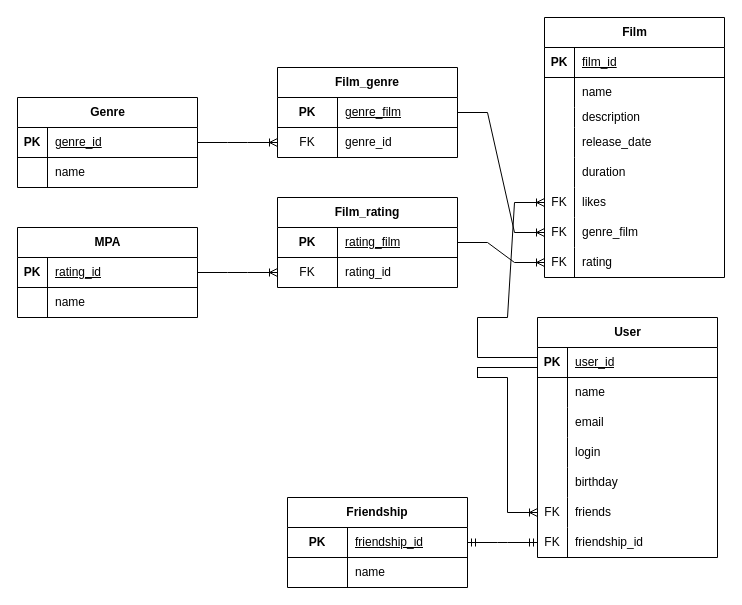
This is src/Диаграмма без названия.drawio from Valleycate/java-filmorate, a draw.io file, before an edit. Source tidied: cells renumbered, new cells numbered last; positions are measured from the earlier drawing's top-left corner, leaving out a move shared by most shapes. Both pictures are drawn from the tidied source at 100%, with x=0, y=0 at pixel (17, 17).
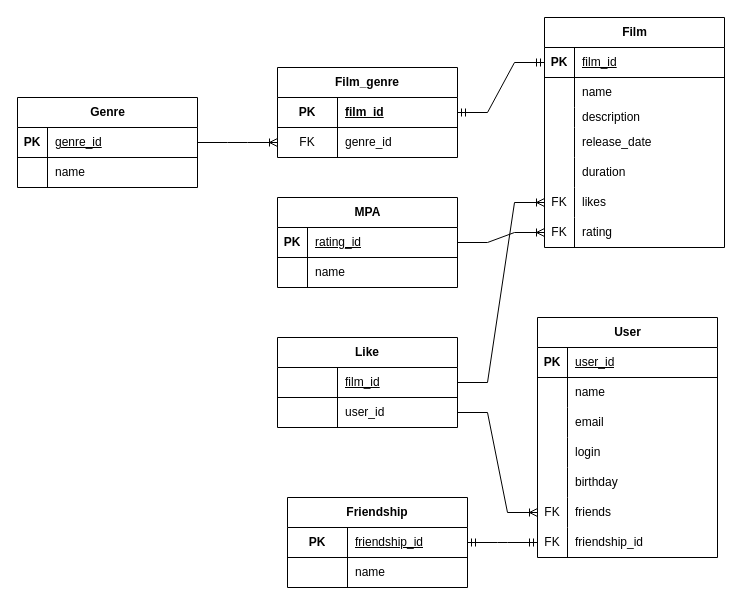
Above is the later version.

Unchanged cells that the change refers to:
```xml
<mxCell id="3" style="shape=tableRow;horizontal=0;startSize=0;swimlaneHead=0;swimlaneBody=0;fillColor=none;points=[[0,0.5],[1,0.5]];portConstraint=eastwest;top=0;left=0;right=0;bottom=1;" parent="2" vertex="1">
  <mxGeometry y="30" width="180" height="30" as="geometry" />
</mxCell>
<mxCell id="18" style="shape=tableRow;horizontal=0;startSize=0;swimlaneHead=0;swimlaneBody=0;fillColor=none;points=[[0,0.5],[1,0.5]];portConstraint=eastwest;top=0;left=0;right=0;bottom=0;" parent="2" vertex="1">
  <mxGeometry y="170" width="180" height="30" as="geometry" />
</mxCell>
<mxCell id="43" style="shape=tableRow;horizontal=0;startSize=0;swimlaneHead=0;swimlaneBody=0;fillColor=none;points=[[0,0.5],[1,0.5]];portConstraint=eastwest;top=0;left=0;right=0;bottom=0;" parent="27" vertex="1">
  <mxGeometry y="180" width="180" height="30" as="geometry" />
</mxCell>
<mxCell id="57" style="shape=tableRow;horizontal=0;startSize=0;swimlaneHead=0;swimlaneBody=0;fillColor=none;points=[[0,0.5],[1,0.5]];portConstraint=eastwest;top=0;left=0;right=0;bottom=1;html=1;" parent="56" vertex="1">
  <mxGeometry y="30" width="180" height="30" as="geometry" />
</mxCell>
<mxCell id="65" style="shape=tableRow;horizontal=0;startSize=0;swimlaneHead=0;swimlaneBody=0;fillColor=none;points=[[0,0.5],[1,0.5]];portConstraint=eastwest;top=0;left=0;right=0;bottom=1;" parent="64" vertex="1">
  <mxGeometry y="30" width="180" height="30" as="geometry" />
</mxCell>
```

The edit, as a diff of the source:
```diff
@@
     <mxCell id="2" value="Film" style="shape=table;startSize=30;childLayout=tableLayout;rowLines=0;fontStyle=1;align=center;html=1;" parent="1" vertex="1">
-      <mxGeometry x="527" width="180" height="260" as="geometry" />
+      <mxGeometry x="527" width="180" height="230" as="geometry" />
     </mxCell>
@@
-    <mxCell id="21" style="shape=tableRow;horizontal=0;startSize=0;swimlaneHead=0;swimlaneBody=0;fillColor=none;points=[[0,0.5],[1,0.5]];portConstraint=eastwest;top=0;left=0;right=0;bottom=0;" parent="2" vertex="1">
-      <mxGeometry y="200" width="180" height="30" as="geometry" />
-    </mxCell>
-    <mxCell id="22" value="FK" style="shape=partialRectangle;fillColor=none;top=0;left=0;bottom=0;right=0;overflow=hidden;whiteSpace=wrap;html=1;" parent="21" vertex="1">
-      <mxGeometry width="30" height="30" as="geometry" />
-    </mxCell>
-    <mxCell id="23" value="genre_film" style="shape=partialRectangle;fillColor=none;top=0;left=0;bottom=0;right=0;align=left;spacingLeft=6;overflow=hidden;whiteSpace=wrap;html=1;" parent="21" vertex="1">
-      <mxGeometry x="30" width="150" height="30" as="geometry" />
-    </mxCell>
     <mxCell id="24" style="shape=tableRow;horizontal=0;startSize=0;swimlaneHead=0;swimlaneBody=0;fillColor=none;points=[[0,0.5],[1,0.5]];portConstraint=eastwest;top=0;left=0;right=0;bottom=0;" parent="2" vertex="1">
-      <mxGeometry y="230" width="180" height="30" as="geometry" />
+      <mxGeometry y="200" width="180" height="30" as="geometry" />
     </mxCell>
@@
-    <mxCell id="59" value="&lt;span style=&quot;font-weight: normal;&quot;&gt;genre_film&lt;/span&gt;" style="shape=partialRectangle;fillColor=none;top=0;left=0;bottom=0;right=0;align=left;spacingLeft=6;fontStyle=5;overflow=hidden;html=1;whiteSpace=wrap;" parent="57" vertex="1">
+    <mxCell id="59" value="film_id" style="shape=partialRectangle;fillColor=none;top=0;left=0;bottom=0;right=0;align=left;spacingLeft=6;fontStyle=5;overflow=hidden;html=1;whiteSpace=wrap;" parent="57" vertex="1">
       <mxGeometry x="60" width="120" height="30" as="geometry" />
     </mxCell>
@@
     <mxCell id="64" value="MPA" style="shape=table;startSize=30;childLayout=tableLayout;rowLines=0;fontStyle=1;align=center;html=1;" parent="1" vertex="1">
-      <mxGeometry y="210" width="180" height="90" as="geometry" />
+      <mxGeometry x="260" y="180" width="180" height="90" as="geometry" />
     </mxCell>
@@
-    <mxCell id="71" style="edgeStyle=entityRelationEdgeStyle;fontSize=12;html=1;endArrow=ERoneToMany;rounded=0;exitX=1;exitY=0.5;exitDx=0;exitDy=0;entryX=0;entryY=0.5;entryDx=0;entryDy=0;" parent="1" edge="1" source="57" target="21">
-      <mxGeometry relative="1" as="geometry" />
-    </mxCell>
-    <mxCell id="72" value="Film_rating" style="shape=table;startSize=30;childLayout=tableLayout;rowLines=0;fontStyle=1;align=center;html=1;whiteSpace=wrap;" parent="1" vertex="1">
-      <mxGeometry x="260" y="180" width="180" height="90" as="geometry" />
-    </mxCell>
-    <mxCell id="73" style="shape=tableRow;horizontal=0;startSize=0;swimlaneHead=0;swimlaneBody=0;fillColor=none;points=[[0,0.5],[1,0.5]];portConstraint=eastwest;top=0;left=0;right=0;bottom=1;html=1;" parent="72" vertex="1">
-      <mxGeometry y="30" width="180" height="30" as="geometry" />
-    </mxCell>
-    <mxCell id="74" value="PK" style="shape=partialRectangle;fillColor=none;top=0;left=0;bottom=0;right=0;fontStyle=1;overflow=hidden;html=1;whiteSpace=wrap;" parent="73" vertex="1">
-      <mxGeometry width="60" height="30" as="geometry" />
-    </mxCell>
-    <mxCell id="75" value="&lt;span style=&quot;font-weight: normal;&quot;&gt;rating_film&lt;/span&gt;" style="shape=partialRectangle;fillColor=none;top=0;left=0;bottom=0;right=0;align=left;spacingLeft=6;fontStyle=5;overflow=hidden;html=1;whiteSpace=wrap;" parent="73" vertex="1">
-      <mxGeometry x="60" width="120" height="30" as="geometry" />
-    </mxCell>
-    <mxCell id="76" style="shape=tableRow;horizontal=0;startSize=0;swimlaneHead=0;swimlaneBody=0;fillColor=none;points=[[0,0.5],[1,0.5]];portConstraint=eastwest;top=0;left=0;right=0;bottom=0;html=1;" parent="72" vertex="1">
-      <mxGeometry y="60" width="180" height="30" as="geometry" />
-    </mxCell>
-    <mxCell id="77" value="FK" style="shape=partialRectangle;fillColor=none;top=0;left=0;bottom=0;right=0;overflow=hidden;html=1;whiteSpace=wrap;" parent="76" vertex="1">
-      <mxGeometry width="60" height="30" as="geometry" />
-    </mxCell>
-    <mxCell id="78" value="rating_id" style="shape=partialRectangle;fillColor=none;top=0;left=0;bottom=0;right=0;align=left;spacingLeft=6;overflow=hidden;html=1;whiteSpace=wrap;" parent="76" vertex="1">
-      <mxGeometry x="60" width="120" height="30" as="geometry" />
-    </mxCell>
-    <mxCell id="79" style="edgeStyle=entityRelationEdgeStyle;fontSize=12;html=1;endArrow=ERoneToMany;rounded=0;entryX=0;entryY=0.5;entryDx=0;entryDy=0;exitX=1;exitY=0.5;exitDx=0;exitDy=0;" parent="1" edge="1" source="73" target="24">
-      <mxGeometry relative="1" as="geometry" />
-    </mxCell>
-    <mxCell id="80" style="edgeStyle=entityRelationEdgeStyle;fontSize=12;html=1;endArrow=ERoneToMany;rounded=0;entryX=0;entryY=0.5;entryDx=0;entryDy=0;exitX=1;exitY=0.5;exitDx=0;exitDy=0;" parent="1" edge="1" source="65" target="76">
+    <mxCell id="80" style="edgeStyle=entityRelationEdgeStyle;fontSize=12;html=1;endArrow=ERoneToMany;rounded=0;entryX=0;entryY=0.5;entryDx=0;entryDy=0;exitX=1;exitY=0.5;exitDx=0;exitDy=0;" parent="1" edge="1" source="65" target="24">
       <mxGeometry relative="1" as="geometry" />
     </mxCell>
-    <mxCell id="81" style="edgeStyle=entityRelationEdgeStyle;fontSize=12;html=1;endArrow=ERoneToMany;rounded=0;entryX=0;entryY=0.5;entryDx=0;entryDy=0;" parent="1" edge="1" target="43">
-      <mxGeometry relative="1" as="geometry">
-        <mxPoint x="460" y="360" as="sourcePoint" />
-      </mxGeometry>
+    <mxCell id="81" style="edgeStyle=entityRelationEdgeStyle;fontSize=12;html=1;endArrow=ERoneToMany;rounded=0;entryX=0;entryY=0.5;entryDx=0;entryDy=0;exitX=1;exitY=0.5;exitDx=0;exitDy=0;" parent="1" edge="1" source="76" target="43">
+      <mxGeometry relative="1" as="geometry" />
     </mxCell>
-    <mxCell id="82" style="shape=partialRectangle;whiteSpace=wrap;html=1;bottom=0;right=0;fillColor=none;" parent="1" vertex="1">
-      <mxGeometry x="460" y="350" width="60" height="10" as="geometry" />
-    </mxCell>
@@
-    <mxCell id="91" style="edgeStyle=entityRelationEdgeStyle;fontSize=12;html=1;endArrow=ERoneToMany;rounded=0;entryX=0;entryY=0.5;entryDx=0;entryDy=0;" parent="1" edge="1" target="18">
-      <mxGeometry relative="1" as="geometry">
-        <mxPoint x="460" y="300" as="sourcePoint" />
-      </mxGeometry>
+    <mxCell id="91" style="edgeStyle=entityRelationEdgeStyle;fontSize=12;html=1;endArrow=ERoneToMany;rounded=0;entryX=0;entryY=0.5;entryDx=0;entryDy=0;exitX=1;exitY=0.5;exitDx=0;exitDy=0;" parent="1" edge="1" source="73" target="18">
+      <mxGeometry relative="1" as="geometry" />
     </mxCell>
-    <mxCell id="92" style="endArrow=none;html=1;rounded=0;" parent="1" edge="1">
-      <mxGeometry relative="1" as="geometry">
-        <mxPoint x="460" y="340" as="sourcePoint" />
-        <mxPoint x="520" y="340" as="targetPoint" />
-      </mxGeometry>
-    </mxCell>
-    <mxCell id="93" style="endArrow=none;html=1;rounded=0;" parent="1" edge="1">
-      <mxGeometry relative="1" as="geometry">
-        <mxPoint x="460" y="300" as="sourcePoint" />
-        <mxPoint x="460" y="340" as="targetPoint" />
-      </mxGeometry>
-    </mxCell>
+    <mxCell id="94" value="Like" style="shape=table;startSize=30;childLayout=tableLayout;rowLines=0;fontStyle=1;align=center;html=1;whiteSpace=wrap;" parent="1" vertex="1">
+      <mxGeometry x="260" y="320" width="180" height="90" as="geometry" />
+    </mxCell>
+    <mxCell id="73" style="shape=tableRow;horizontal=0;startSize=0;swimlaneHead=0;swimlaneBody=0;fillColor=none;points=[[0,0.5],[1,0.5]];portConstraint=eastwest;top=0;left=0;right=0;bottom=1;html=1;" parent="94" vertex="1">
+      <mxGeometry y="30" width="180" height="30" as="geometry" />
+    </mxCell>
+    <mxCell id="95" style="shape=partialRectangle;fillColor=none;top=0;left=0;bottom=0;right=0;fontStyle=1;overflow=hidden;html=1;whiteSpace=wrap;" parent="73" vertex="1">
+      <mxGeometry width="60" height="30" as="geometry" />
+    </mxCell>
+    <mxCell id="96" value="&lt;span style=&quot;font-weight: normal;&quot;&gt;film_id&lt;/span&gt;" style="shape=partialRectangle;fillColor=none;top=0;left=0;bottom=0;right=0;align=left;spacingLeft=6;fontStyle=5;overflow=hidden;html=1;whiteSpace=wrap;" parent="73" vertex="1">
+      <mxGeometry x="60" width="120" height="30" as="geometry" />
+    </mxCell>
+    <mxCell id="76" style="shape=tableRow;horizontal=0;startSize=0;swimlaneHead=0;swimlaneBody=0;fillColor=none;points=[[0,0.5],[1,0.5]];portConstraint=eastwest;top=0;left=0;right=0;bottom=0;html=1;" parent="94" vertex="1">
+      <mxGeometry y="60" width="180" height="30" as="geometry" />
+    </mxCell>
+    <mxCell id="97" style="shape=partialRectangle;fillColor=none;top=0;left=0;bottom=0;right=0;overflow=hidden;html=1;whiteSpace=wrap;" parent="76" vertex="1">
+      <mxGeometry width="60" height="30" as="geometry" />
+    </mxCell>
+    <mxCell id="98" value="user_id" style="shape=partialRectangle;fillColor=none;top=0;left=0;bottom=0;right=0;align=left;spacingLeft=6;overflow=hidden;html=1;whiteSpace=wrap;" parent="76" vertex="1">
+      <mxGeometry x="60" width="120" height="30" as="geometry" />
+    </mxCell>
+    <mxCell id="99" style="edgeStyle=entityRelationEdgeStyle;fontSize=12;html=1;endArrow=ERmandOne;startArrow=ERmandOne;rounded=0;entryX=0;entryY=0.5;entryDx=0;entryDy=0;exitX=1;exitY=0.5;exitDx=0;exitDy=0;" parent="1" edge="1" source="57" target="3">
+      <mxGeometry relative="1" as="geometry" />
+    </mxCell>
```
